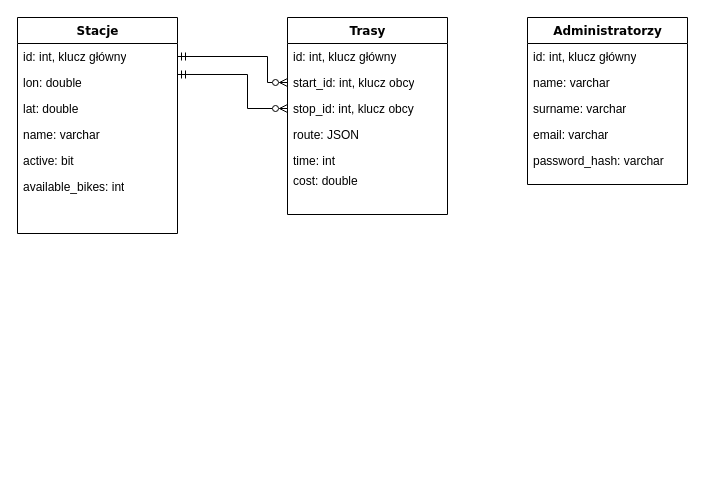
Earlier version of the draw.io diagram diagramy/uml.drawio (Freeturilo/FreeturiloDocumentation). Source tidied: cells renumbered, new cells numbered last; positions are measured from the earlier drawing's top-left corner, leaving out a move shared by most shapes. Both pictures are drawn from the tidied source at 100%, with x=0, y=0 at pixel (17, 17).
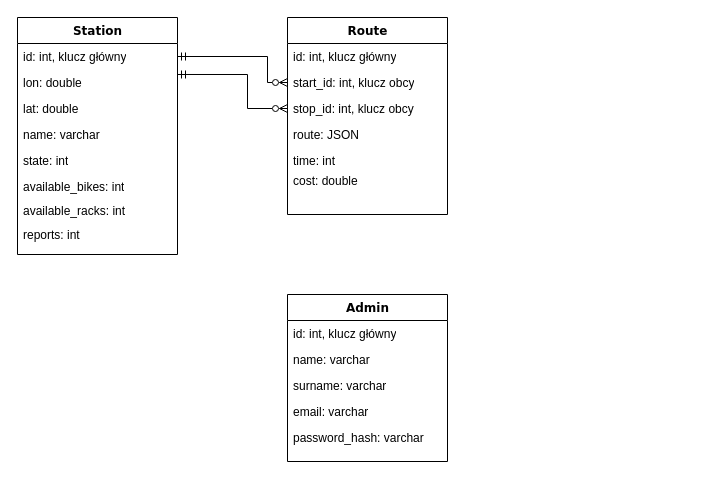
After the change.

The edit, as a diff of the source:
```diff
@@
-    <mxCell id="2" value="Stacje" style="swimlane;html=1;fontStyle=1;align=center;verticalAlign=top;horizontal=1;startSize=26;swimlaneFillColor=#ffffff;rounded=0;shadow=0;comic=0;labelBackgroundColor=none;strokeWidth=1;fillColor=none;fontFamily=Verdana;fontSize=12;" parent="1" vertex="1">
-      <mxGeometry width="160" height="216" as="geometry" />
+    <mxCell id="2" value="Station" style="swimlane;html=1;fontStyle=1;align=center;verticalAlign=top;horizontal=1;startSize=26;swimlaneFillColor=#ffffff;rounded=0;shadow=0;comic=0;labelBackgroundColor=none;strokeWidth=1;fillColor=none;fontFamily=Verdana;fontSize=12;" parent="1" vertex="1">
+      <mxGeometry width="160" height="237" as="geometry" />
     </mxCell>
@@
-    <mxCell id="7" value="active: bit" style="text;html=1;strokeColor=none;fillColor=none;align=left;verticalAlign=top;spacingLeft=4;spacingRight=4;whiteSpace=wrap;overflow=hidden;" parent="2" vertex="1">
+    <mxCell id="7" value="state: int" style="text;html=1;strokeColor=none;fillColor=none;align=left;verticalAlign=top;spacingLeft=4;spacingRight=4;whiteSpace=wrap;overflow=hidden;" parent="2" vertex="1">
       <mxGeometry y="130" width="160" height="26" as="geometry" />
     </mxCell>
     <mxCell id="8" value="available_bikes: int" style="text;html=1;strokeColor=none;fillColor=none;align=left;verticalAlign=top;spacingLeft=4;spacingRight=4;whiteSpace=wrap;overflow=hidden;" parent="2" vertex="1">
-      <mxGeometry y="156" width="160" height="44" as="geometry" />
+      <mxGeometry y="156" width="160" height="24" as="geometry" />
     </mxCell>
+    <mxCell id="24" value="available_racks: int" style="text;html=1;strokeColor=none;fillColor=none;align=left;verticalAlign=top;spacingLeft=4;spacingRight=4;whiteSpace=wrap;overflow=hidden;" parent="2" vertex="1">
+      <mxGeometry y="180" width="160" height="24" as="geometry" />
+    </mxCell>
+    <mxCell id="25" value="reports: int" style="text;html=1;strokeColor=none;fillColor=none;align=left;verticalAlign=top;spacingLeft=4;spacingRight=4;whiteSpace=wrap;overflow=hidden;" parent="2" vertex="1">
+      <mxGeometry y="204" width="160" height="24" as="geometry" />
+    </mxCell>
-    <mxCell id="9" value="Administratorzy" style="swimlane;html=1;fontStyle=1;align=center;verticalAlign=top;horizontal=1;startSize=26;swimlaneFillColor=#ffffff;rounded=0;shadow=0;comic=0;labelBackgroundColor=none;strokeWidth=1;fillColor=none;fontFamily=Verdana;fontSize=12;" parent="1" vertex="1">
-      <mxGeometry x="510" width="160" height="167" as="geometry" />
+    <mxCell id="9" value="Admin" style="swimlane;html=1;fontStyle=1;align=center;verticalAlign=top;horizontal=1;startSize=26;swimlaneFillColor=#ffffff;rounded=0;shadow=0;comic=0;labelBackgroundColor=none;strokeWidth=1;fillColor=none;fontFamily=Verdana;fontSize=12;" parent="1" vertex="1">
+      <mxGeometry x="270" y="277" width="160" height="167" as="geometry" />
     </mxCell>
@@
-    <mxCell id="15" value="Trasy" style="swimlane;html=1;fontStyle=1;align=center;verticalAlign=top;horizontal=1;startSize=26;swimlaneFillColor=#ffffff;rounded=0;shadow=0;comic=0;labelBackgroundColor=none;strokeWidth=1;fillColor=none;fontFamily=Verdana;fontSize=12;" parent="1" vertex="1">
+    <mxCell id="15" value="Route" style="swimlane;html=1;fontStyle=1;align=center;verticalAlign=top;horizontal=1;startSize=26;swimlaneFillColor=#ffffff;rounded=0;shadow=0;comic=0;labelBackgroundColor=none;strokeWidth=1;fillColor=none;fontFamily=Verdana;fontSize=12;" parent="1" vertex="1">
       <mxGeometry x="270" width="160" height="197" as="geometry" />
     </mxCell>
```
